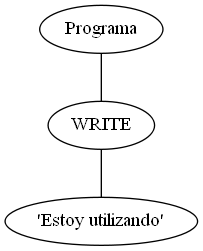
The Graphviz diagram AnalizadorLexico/arbol.png in JosueGaticaOdato/Integrador-TEOI, before a commit. Its source is kept beside it as AnalizadorLexico/arbol.dot.
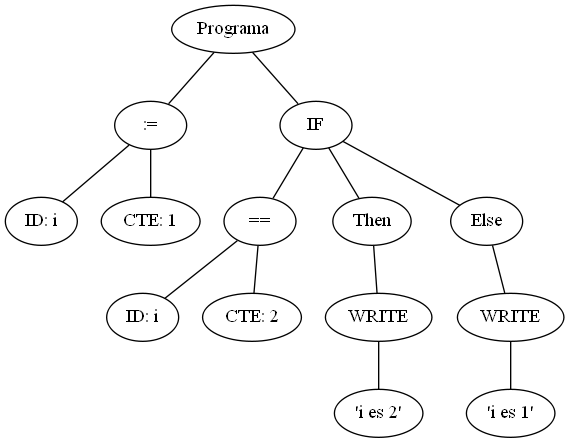
After the change.

Diff of the diagram source:
```diff
@@ -1,6 +1,28 @@
 graph G {nodo_programa [label="Programa"]
-nodo_1077254329 [label="WRITE"]
-nodo_programa -- nodo_1077254329
-nodo_440038503 [label="'Estoy utilizando'"]
-nodo_1077254329 -- nodo_440038503
+nodo_1399362170 [label=":="]
+nodo_programa -- nodo_1399362170
+nodo_2131959347 [label="ID: i"]
+nodo_1399362170 -- nodo_2131959347
+nodo_1066666035 [label="CTE: 1"]
+nodo_1399362170 -- nodo_1066666035
+nodo_1994964382 [label="IF"]
+nodo_programa -- nodo_1994964382
+nodo_41411946 [label="=="]
+nodo_1994964382 -- nodo_41411946
+nodo_1710391697 [label="ID: i"]
+nodo_41411946 -- nodo_1710391697
+nodo_2050541708 [label="CTE: 2"]
+nodo_41411946 -- nodo_2050541708
+nodo_1234144792 [label="Then"]
+nodo_1994964382 -- nodo_1234144792
+nodo_1953398518 [label="WRITE"]
+nodo_1234144792 -- nodo_1953398518
+nodo_90277859 [label="'i es 2'"]
+nodo_1953398518 -- nodo_90277859
+nodo_966869867 [label="Else"]
+nodo_1994964382 -- nodo_966869867
+nodo_216790281 [label="WRITE"]
+nodo_966869867 -- nodo_216790281
+nodo_192263084 [label="'i es 1'"]
+nodo_216790281 -- nodo_192263084
 }
```
